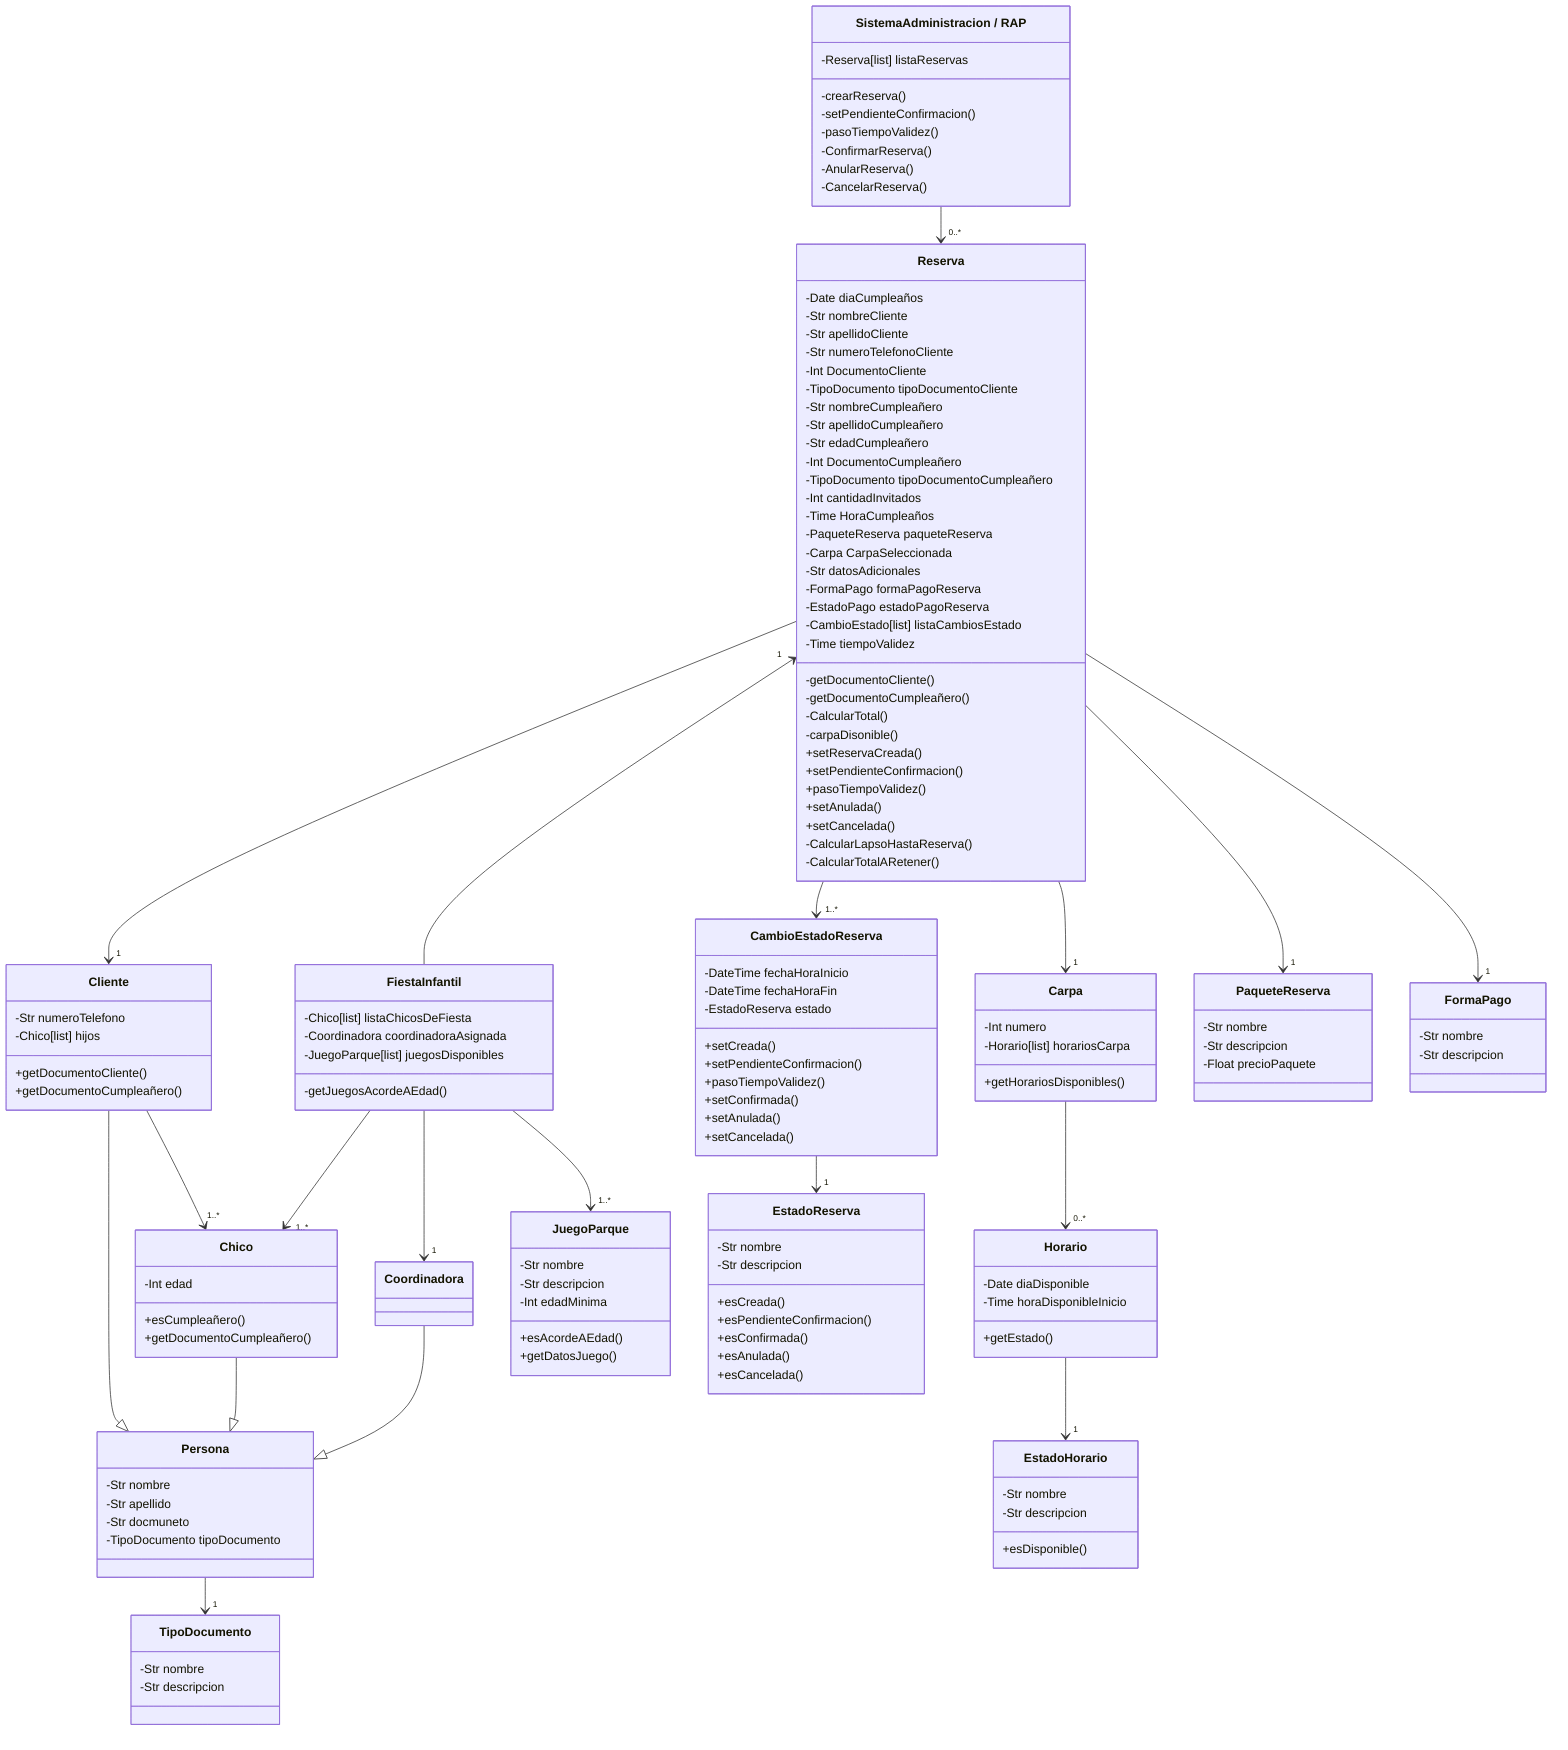
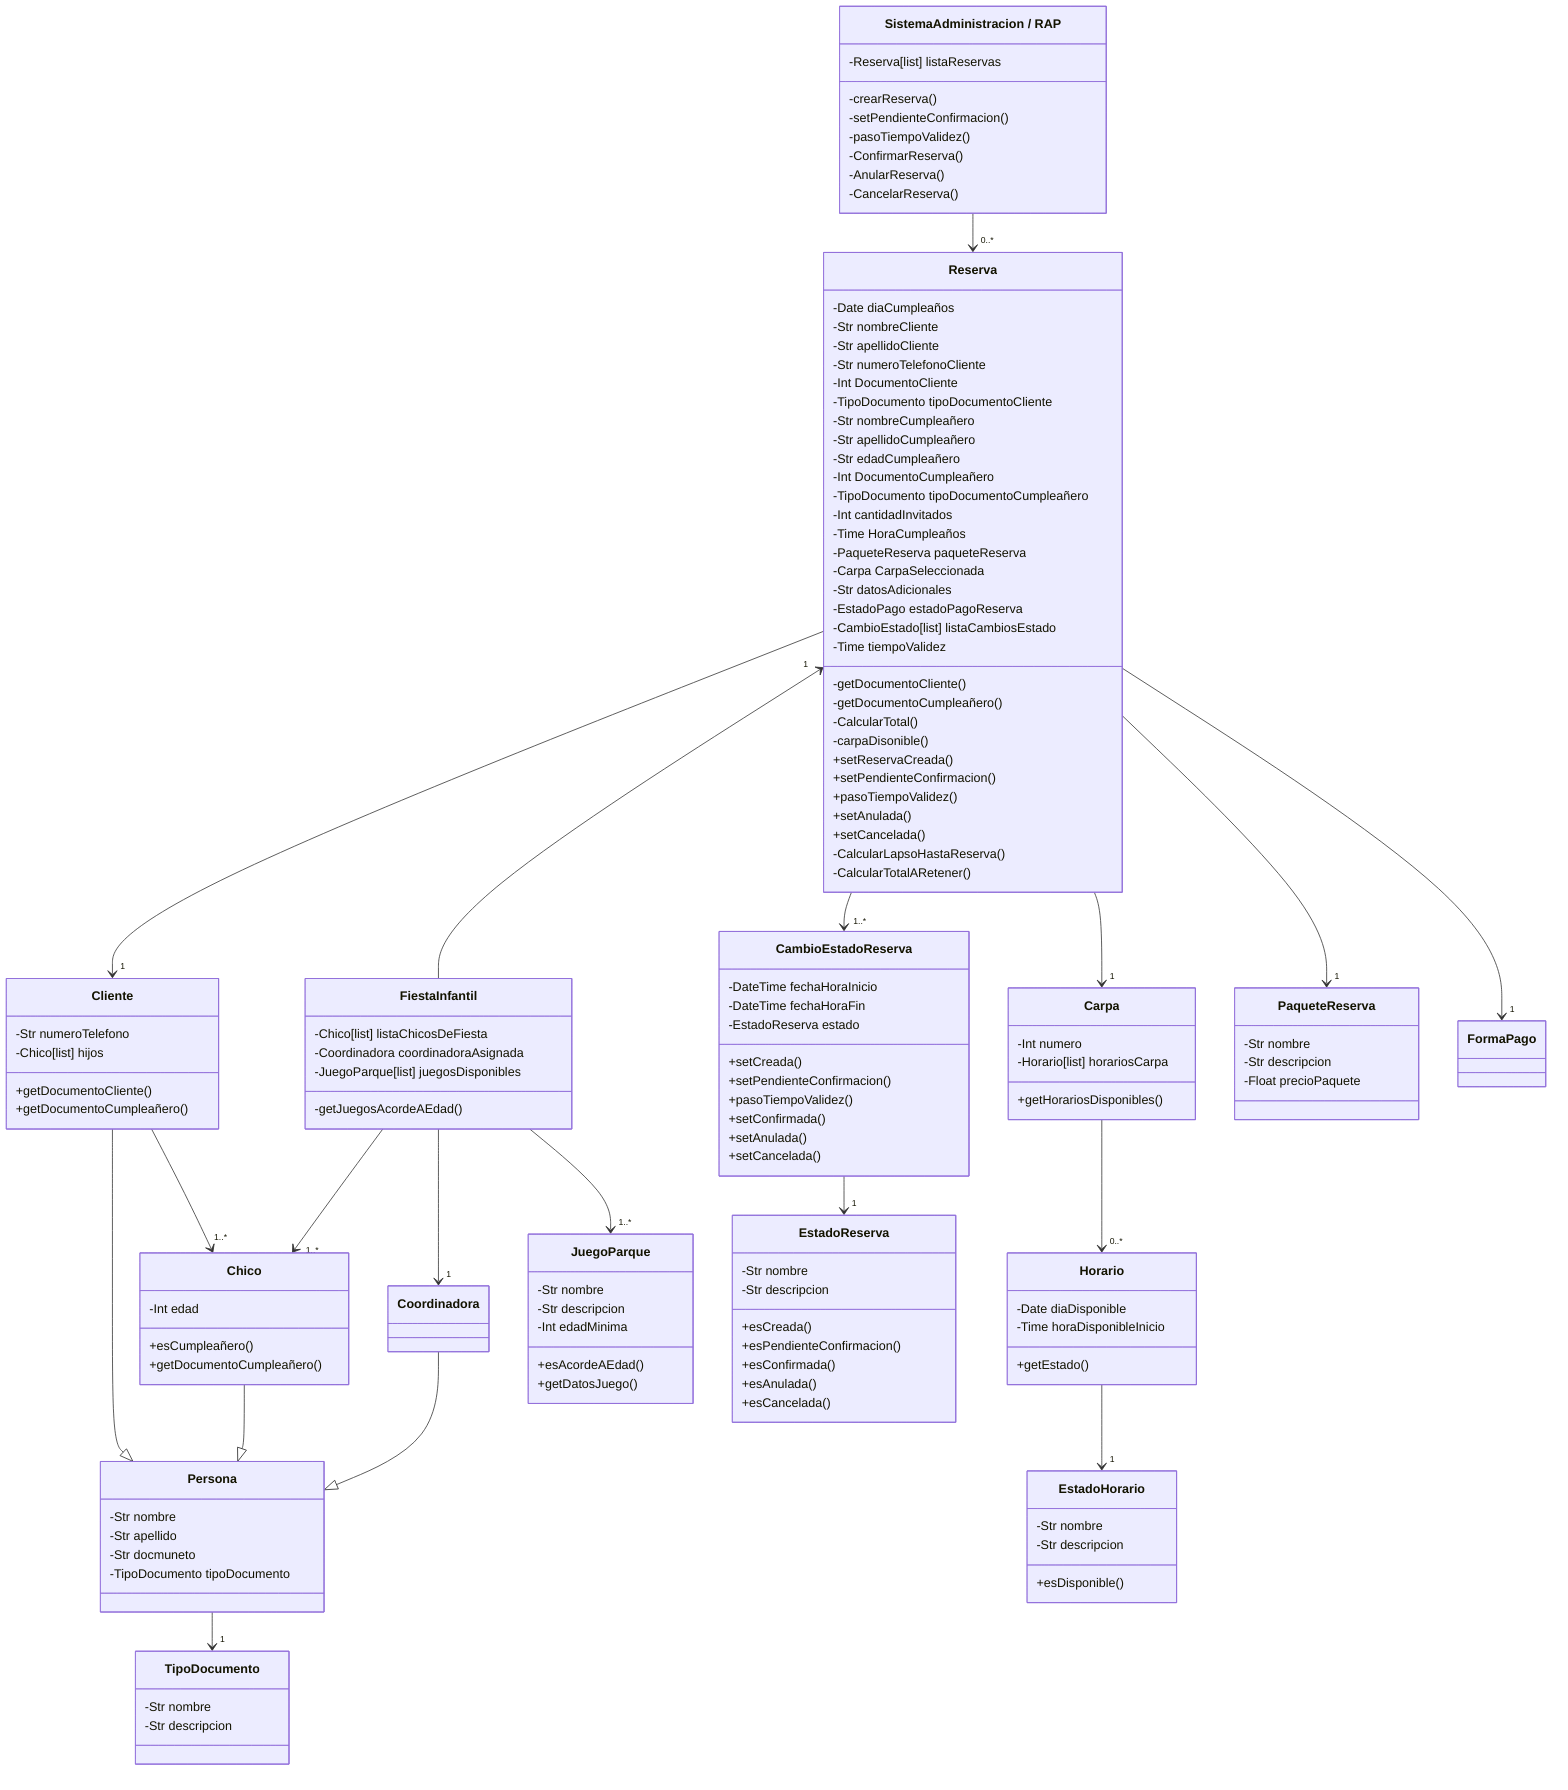
classDiagram

    Reserva -->"1" Cliente
    SistemaAdministracion -->"0..*" Reserva
    Cliente --|> Persona
    Cliente -->"1..*" Chico
    Reserva "1"<--FiestaInfantil
    Reserva -->"1..*" CambioEstadoReserva
    CambioEstadoReserva -->"1" EstadoReserva
    FiestaInfantil -->"1..*" Chico
    FiestaInfantil -->"1" Coordinadora
    FiestaInfantil -->"1..*" JuegoParque
    Coordinadora --|> Persona
    Reserva -->"1" Carpa
    Carpa -->"0..*" Horario
    Horario -->"1" EstadoHorario
    Persona -->"1" TipoDocumento
    Chico --|> Persona
    Reserva -->"1" PaqueteReserva
    Reserva -->"1" FormaPago
    Administrador

    class Reserva {
        -Date diaCumpleaños
        -Str nombreCliente
        -Str apellidoCliente
        -Str numeroTelefonoCliente
        -Int DocumentoCliente
        -TipoDocumento tipoDocumentoCliente
        -Str nombreCumpleañero
        -Str apellidoCumpleañero
        -Str edadCumpleañero
        -Int DocumentoCumpleañero
        -TipoDocumento tipoDocumentoCumpleañero
        -Int cantidadInvitados
        -Time HoraCumpleaños
        -PaqueteReserva paqueteReserva
        -Carpa CarpaSeleccionada
        -Str datosAdicionales
-         -FormaPago formaPagoReserva
        -EstadoPago estadoPagoReserva
        -CambioEstado[list] listaCambiosEstado
        -Time tiempoValidez
        -getDocumentoCliente()
        -getDocumentoCumpleañero()
        -CalcularTotal()
        -carpaDisonible()
        +setReservaCreada()
        +setPendienteConfirmacion()
        +pasoTiempoValidez()
        +setAnulada()
        +setCancelada()
        -CalcularLapsoHastaReserva()
        -CalcularTotalARetener()
    }
    class Cliente {
        -Str numeroTelefono
        -Chico[list] hijos

        +getDocumentoCliente()
        +getDocumentoCumpleañero()
    }
    class Persona {
        -Str nombre
        -Str apellido
        -Str docmuneto
        -TipoDocumento tipoDocumento
    }
    class Carpa{
        -Int numero
        -Horario[list] horariosCarpa
        +getHorariosDisponibles()
    }
    class Horario {
        -Date diaDisponible
        -Time horaDisponibleInicio
        +getEstado()
    }
    class EstadoHorario {
        -Str nombre
        -Str descripcion
        +esDisponible()
    }

    class CambioEstadoReserva {
        -DateTime fechaHoraInicio
        -DateTime fechaHoraFin
        -EstadoReserva estado
        +setCreada()
        +setPendienteConfirmacion()
        +pasoTiempoValidez()
        +setConfirmada()
        +setAnulada()
        +setCancelada()
    }

    class EstadoReserva {
        -Str nombre
        -Str descripcion
        +esCreada()
        +esPendienteConfirmacion()
        +esConfirmada()
        +esAnulada()
        +esCancelada()
    }
    class PaqueteReserva {
        -Str nombre
        -Str descripcion
        -Float precioPaquete
    }
    class TipoDocumento {
        -Str nombre
        -Str descripcion
    }
    class FiestaInfantil {
        -Chico[list] listaChicosDeFiesta
        -Coordinadora coordinadoraAsignada
        -JuegoParque[list] juegosDisponibles
        -getJuegosAcordeAEdad()
    }
    class Chico {
        -Int edad
        +esCumpleañero()
        +getDocumentoCumpleañero()
    }
    class SistemaAdministracion["SistemaAdministracion / RAP"] {
        -Reserva[list] listaReservas
        -crearReserva()
        -setPendienteConfirmacion()
        -pasoTiempoValidez()
        -ConfirmarReserva()
        -AnularReserva()
        -CancelarReserva()
    }
-     class FormaPago {
-         -Str nombre
-         -Str descripcion
-     }

    class Coordinadora

    class JuegoParque {
        -Str nombre
        -Str descripcion
        -Int edadMinima
        +esAcordeAEdad()
        +getDatosJuego()
    }